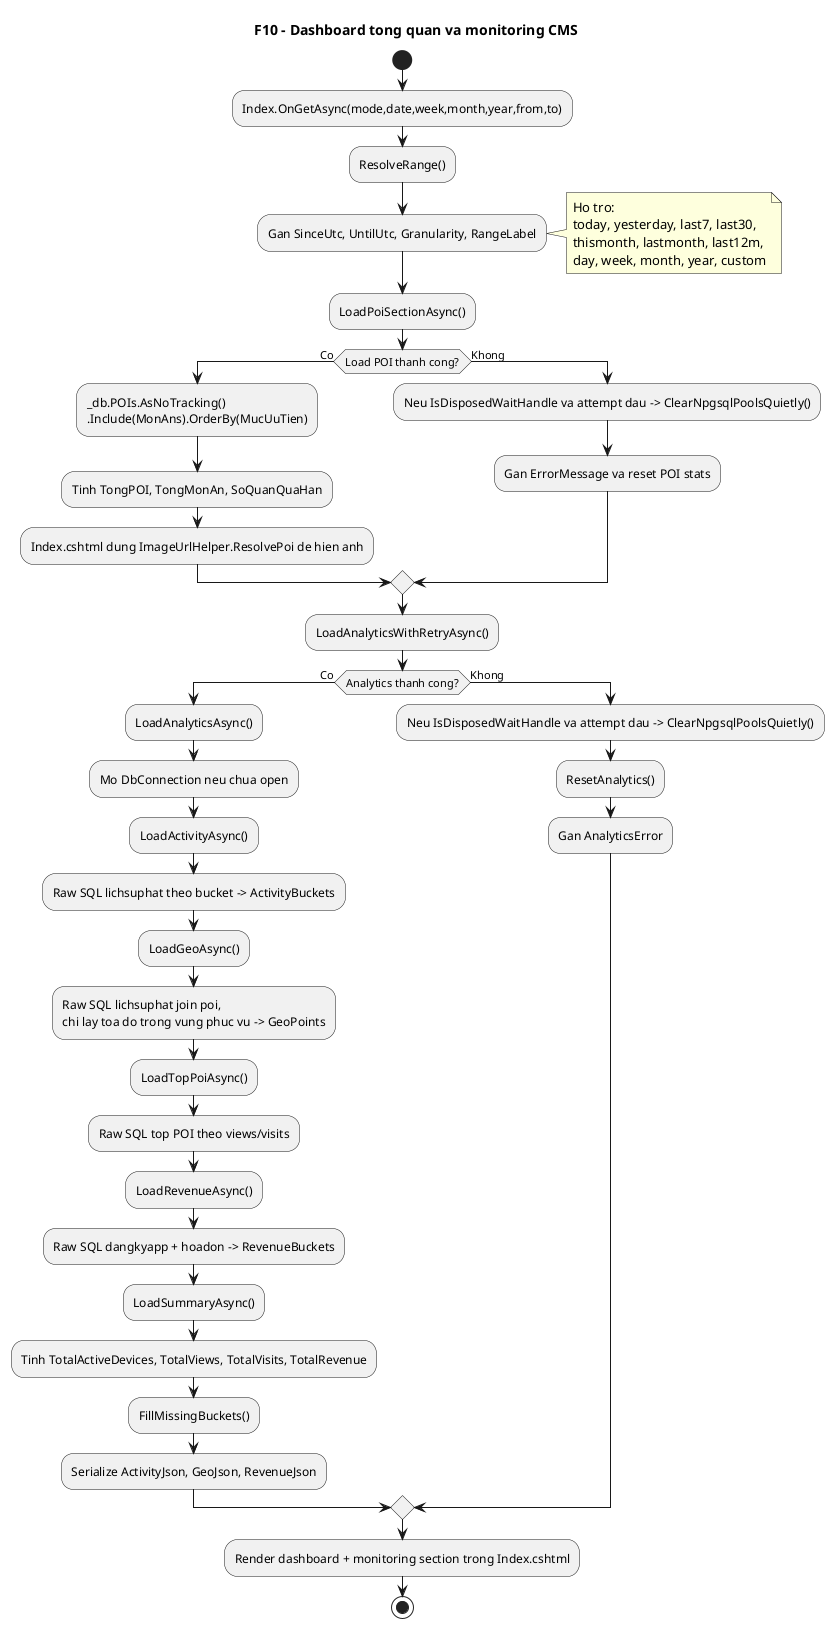
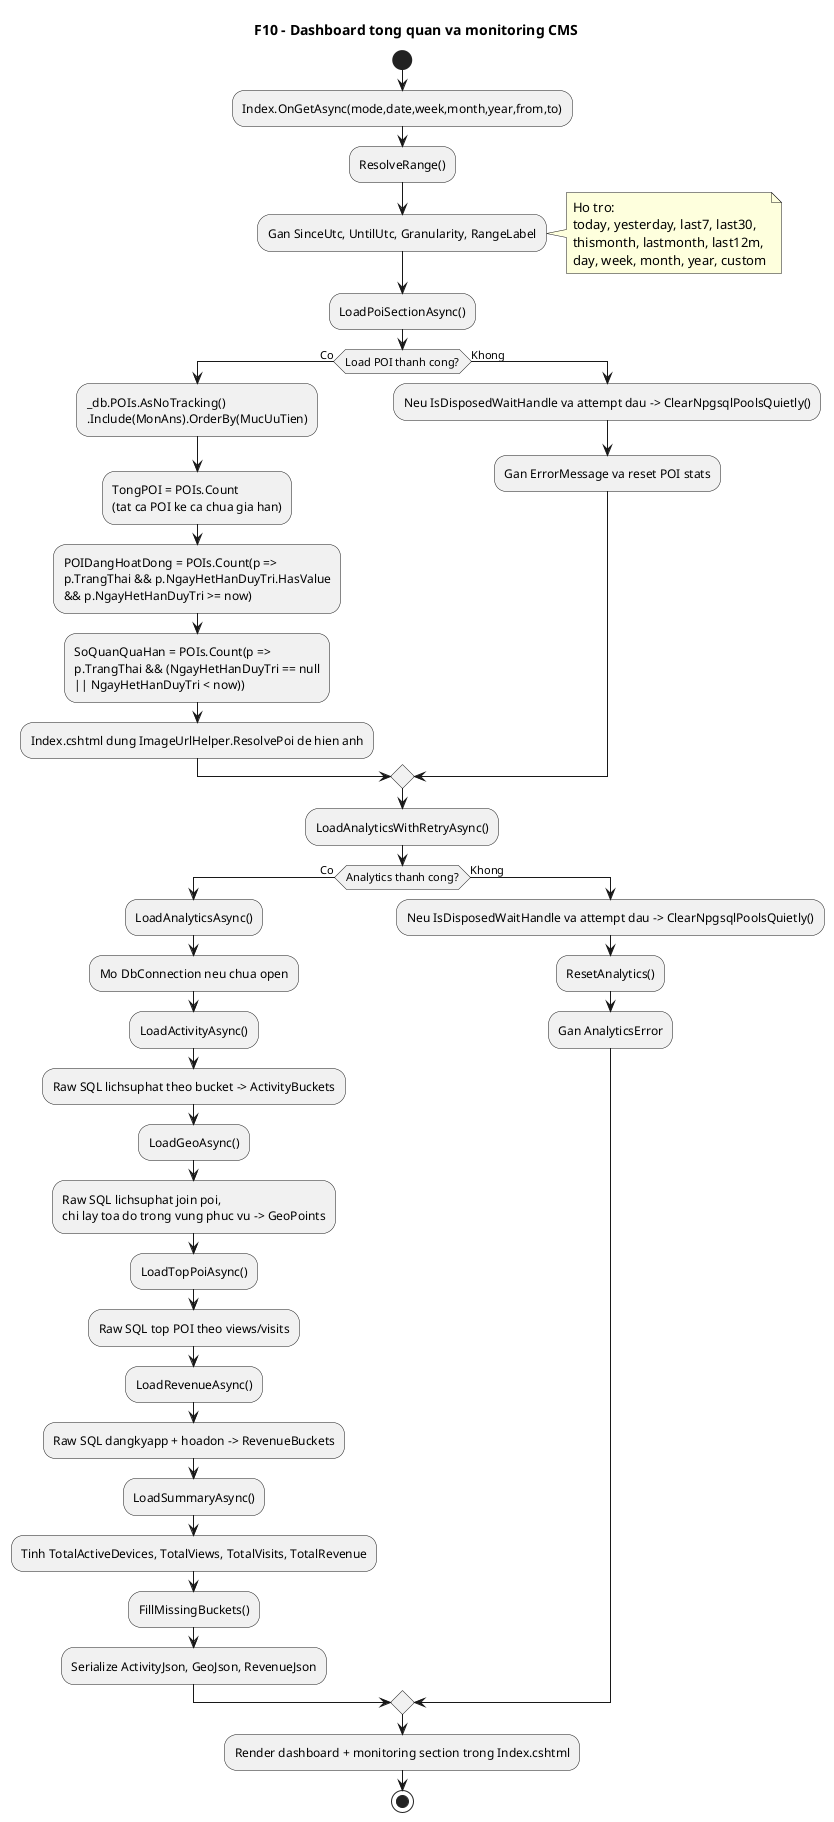
@startuml
' Diagram: F10 - Dashboard tong quan va monitoring CMS (Activity)
' Status: VERIFIED
' Baseline: branch master, current worktree @ HEAD 2497a96
' Source:
' - VinhKhanhTour.CMS/Pages/Index.cshtml.cs: OnGetAsync(), ResolveRange(), LoadPoiSectionAsync(), LoadAnalyticsWithRetryAsync(), LoadAnalyticsAsync(), LoadActivityAsync(), LoadGeoAsync(), LoadTopPoiAsync(), LoadRevenueAsync(), LoadSummaryAsync(), FillMissingBuckets()
' - VinhKhanhTour.CMS/Pages/Index.cshtml
' - VinhKhanhTour.CMS/Utils/ImageUrlHelper.cs: ResolvePoi()
' Note: So do chi tiet hoa 11 che do range, 2 pha tai du lieu POI/analytics, retry ClearNpgsqlPoolsQuietly, va 5 nhom truy van raw Npgsql.
+ ' Note: 3 the thong ke o stats-grid: TongPOI (tat ca POI ke ca chua gia han), POIDangHoatDong (TrangThai=true va NgayHetHanDuyTri >= now), Ngon ngu (hard-code 3).
title F10 - Dashboard tong quan va monitoring CMS
start
:Index.OnGetAsync(mode,date,week,month,year,from,to);
:ResolveRange();
:Gan SinceUtc, UntilUtc, Granularity, RangeLabel;
note right
  Ho tro:
  today, yesterday, last7, last30,
  thismonth, lastmonth, last12m,
  day, week, month, year, custom
end note

:LoadPoiSectionAsync();
if (Load POI thanh cong?) then (Co)
  :_db.POIs.AsNoTracking()\n.Include(MonAns).OrderBy(MucUuTien);
-   :Tinh TongPOI, TongMonAn, SoQuanQuaHan;
+   :TongPOI = POIs.Count\n(tat ca POI ke ca chua gia han);
+   :POIDangHoatDong = POIs.Count(p =>\np.TrangThai && p.NgayHetHanDuyTri.HasValue\n&& p.NgayHetHanDuyTri >= now);
+   :SoQuanQuaHan = POIs.Count(p =>\np.TrangThai && (NgayHetHanDuyTri == null\n|| NgayHetHanDuyTri < now));
  :Index.cshtml dung ImageUrlHelper.ResolvePoi de hien anh;
else (Khong)
  :Neu IsDisposedWaitHandle va attempt dau -> ClearNpgsqlPoolsQuietly();
  :Gan ErrorMessage va reset POI stats;
endif

:LoadAnalyticsWithRetryAsync();
if (Analytics thanh cong?) then (Co)
  :LoadAnalyticsAsync();
  :Mo DbConnection neu chua open;
  :LoadActivityAsync();
  :Raw SQL lichsuphat theo bucket -> ActivityBuckets;
  :LoadGeoAsync();
  :Raw SQL lichsuphat join poi,\nchi lay toa do trong vung phuc vu -> GeoPoints;
  :LoadTopPoiAsync();
  :Raw SQL top POI theo views/visits;
  :LoadRevenueAsync();
  :Raw SQL dangkyapp + hoadon -> RevenueBuckets;
  :LoadSummaryAsync();
  :Tinh TotalActiveDevices, TotalViews, TotalVisits, TotalRevenue;
  :FillMissingBuckets();
  :Serialize ActivityJson, GeoJson, RevenueJson;
else (Khong)
  :Neu IsDisposedWaitHandle va attempt dau -> ClearNpgsqlPoolsQuietly();
  :ResetAnalytics();
  :Gan AnalyticsError;
endif

:Render dashboard + monitoring section trong Index.cshtml;
stop
@enduml
